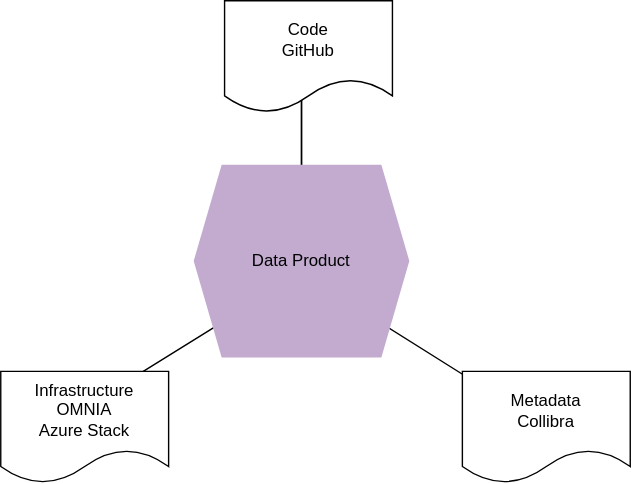
Earlier version of the draw.io export data-product-polyglot.svg (starbeamy/starbeamy). Source tidied: cells renumbered, new cells last; positions are measured from the earlier drawing's top-left corner, leaving out a move shared by most shapes. Its diagram source:
```xml
<mxGraphModel>
  <root>
    <mxCell id="0" />
    <mxCell id="1" parent="0" />
    <mxCell id="2" style="group;" parent="1" vertex="1">
      <mxGeometry width="450" height="345" as="geometry" />
    </mxCell>
    <mxCell id="3" style="group;fillColor=none;" parent="2" vertex="1">
      <mxGeometry x="30" y="100" width="370" height="155" as="geometry" />
    </mxCell>
    <mxCell id="4" style="endArrow=none;html=1;rounded=0;" parent="3" edge="1">
      <mxGeometry relative="1" as="geometry">
        <mxPoint x="308.3" y="172.2" as="sourcePoint" />
        <mxPoint x="185" y="-77.5" as="targetPoint" />
        <Array as="points">
          <mxPoint x="185" y="94.7" />
        </Array>
      </mxGeometry>
    </mxCell>
    <mxCell id="5" style="endArrow=none;html=1;rounded=0;" parent="3" edge="1">
      <mxGeometry relative="1" as="geometry">
        <mxPoint x="46.3" y="180.8" as="sourcePoint" />
        <mxPoint x="185" y="-77.5" as="targetPoint" />
        <Array as="points">
          <mxPoint x="185" y="94.7" />
        </Array>
      </mxGeometry>
    </mxCell>
    <mxCell id="6" value="Data Product" style="shape=hexagon;perimeter=hexagonPerimeter2;whiteSpace=wrap;html=1;fixedSize=1;fillColor=#C3ABD0;strokeColor=none;" parent="3" vertex="1">
      <mxGeometry x="107.9" y="17.2" width="154.2" height="137.8" as="geometry" />
    </mxCell>
    <mxCell id="7" value="Metadata&lt;br&gt;Collibra" style="shape=document;whiteSpace=wrap;html=1;boundedLbl=1;" parent="2" vertex="1">
      <mxGeometry x="330" y="265" width="120" height="80" as="geometry" />
    </mxCell>
    <mxCell id="8" value="Infrastructure&lt;br&gt;OMNIA&lt;br&gt;Azure Stack" style="shape=document;whiteSpace=wrap;html=1;boundedLbl=1;" parent="2" vertex="1">
      <mxGeometry y="265" width="120" height="80" as="geometry" />
    </mxCell>
    <mxCell id="9" value="Code&lt;br&gt;GitHub" style="shape=document;whiteSpace=wrap;html=1;boundedLbl=1;" parent="2" vertex="1">
      <mxGeometry x="160" width="120" height="80" as="geometry" />
    </mxCell>
  </root>
</mxGraphModel>
```
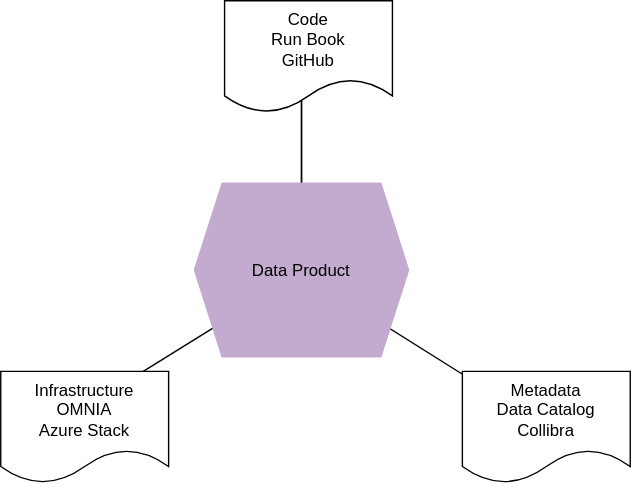
Above is the later version.

Change to the diagram source:
```diff
@@ -27,15 +27,15 @@
       </mxGeometry>
     </mxCell>
     <mxCell id="6" value="Data Product" style="shape=hexagon;perimeter=hexagonPerimeter2;whiteSpace=wrap;html=1;fixedSize=1;fillColor=#C3ABD0;strokeColor=none;" parent="3" vertex="1">
-      <mxGeometry x="107.9" y="17.2" width="154.2" height="137.8" as="geometry" />
+      <mxGeometry x="107.9" y="30" width="154.2" height="125" as="geometry" />
     </mxCell>
-    <mxCell id="7" value="Metadata&lt;br&gt;Collibra" style="shape=document;whiteSpace=wrap;html=1;boundedLbl=1;" parent="2" vertex="1">
+    <mxCell id="7" value="Metadata&lt;br&gt;Data Catalog&lt;br&gt;Collibra&lt;br&gt;" style="shape=document;whiteSpace=wrap;html=1;boundedLbl=1;" parent="2" vertex="1">
       <mxGeometry x="330" y="265" width="120" height="80" as="geometry" />
     </mxCell>
     <mxCell id="8" value="Infrastructure&lt;br&gt;OMNIA&lt;br&gt;Azure Stack" style="shape=document;whiteSpace=wrap;html=1;boundedLbl=1;" parent="2" vertex="1">
       <mxGeometry y="265" width="120" height="80" as="geometry" />
     </mxCell>
-    <mxCell id="9" value="Code&lt;br&gt;GitHub" style="shape=document;whiteSpace=wrap;html=1;boundedLbl=1;" parent="2" vertex="1">
+    <mxCell id="9" value="Code&lt;br&gt;Run Book&lt;br&gt;GitHub" style="shape=document;whiteSpace=wrap;html=1;boundedLbl=1;" parent="2" vertex="1">
       <mxGeometry x="160" width="120" height="80" as="geometry" />
     </mxCell>
   </root>
```
